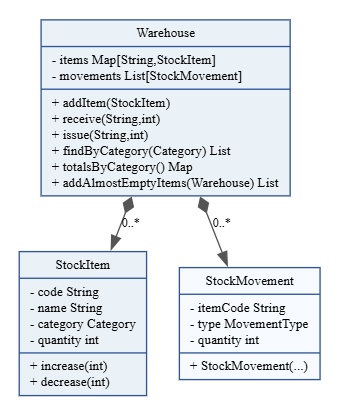
This is diagrams/class.png from artemka38/practice-09-java, a Graphviz export, as it was before one commit. Its source is kept beside it as diagrams/class.dot. Its diagram source:
```dot
digraph C {
graph [rankdir=TB, bgcolor="white", pad=0.2, nodesep=0.35, ranksep=0.4];
node [shape=record, style="filled", fontname="Times New Roman", fontsize=10, color="#2F5597", fillcolor="#F7FBFF"];
edge [fontname="Times New Roman", fontsize=9, color="#555555"];

warehouse [label="{Warehouse|
- items Map[String,StockItem]\l
- movements List[StockMovement]\l|
+ addItem(StockItem)\l
+ receive(String,int)\l
+ issue(String,int)\l
+ findByCategory(Category) List\l
+ totalsByCategory() Map\l
+ addAlmostEmptyItems(Warehouse) List\l
}", fillcolor="#EAF2F8", color="#2F5597"];

stockitem [label="{StockItem|
- code String\l
- name String\l
- category Category\l
- quantity int\l|
+ increase(int)\l
+ decrease(int)\l
}", fillcolor="#EAF2F8", color="#2F5597"];

movement [label="{StockMovement|
- itemCode String\l
- type MovementType\l
- quantity int\l|
+ StockMovement(...)\l
}", fillcolor="#F7FBFF", color="#2F5597"];

warehouse -> stockitem [
label="0..*",
dir=both,
arrowtail=diamond,
arrowhead=normal
];

warehouse -> movement [
label="0..*",
dir=both,
arrowtail=diamond,
arrowhead=normal
];
}
```
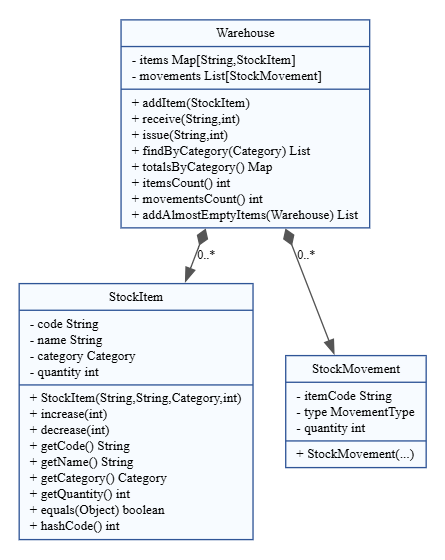
Above is the later version.

Change to the diagram source:
```diff
@@ -1,7 +1,26 @@
 digraph C {
-graph [rankdir=TB, bgcolor="white", pad=0.2, nodesep=0.35, ranksep=0.4];
-node [shape=record, style="filled", fontname="Times New Roman", fontsize=10, color="#2F5597", fillcolor="#F7FBFF"];
-edge [fontname="Times New Roman", fontsize=9, color="#555555"];
+graph [
+    rankdir=TB,
+    bgcolor="white",
+    pad=0.2,
+    nodesep=0.35,
+    ranksep=0.4
+];
+
+node [
+    shape=record,
+    style="filled",
+    fontname="Times New Roman",
+    fontsize=10,
+    color="#2F5597",
+    fillcolor="#F7FBFF"
+];
+
+edge [
+    fontname="Times New Roman",
+    fontsize=9,
+    color="#555555"
+];
 
 warehouse [label="{Warehouse|
 - items Map[String,StockItem]\l
@@ -11,36 +30,45 @@
 + issue(String,int)\l
 + findByCategory(Category) List\l
 + totalsByCategory() Map\l
++ itemsCount() int\l
++ movementsCount() int\l
 + addAlmostEmptyItems(Warehouse) List\l
-}", fillcolor="#EAF2F8", color="#2F5597"];
+}"];
 
 stockitem [label="{StockItem|
 - code String\l
 - name String\l
 - category Category\l
 - quantity int\l|
++ StockItem(String,String,Category,int)\l
 + increase(int)\l
 + decrease(int)\l
-}", fillcolor="#EAF2F8", color="#2F5597"];
++ getCode() String\l
++ getName() String\l
++ getCategory() Category\l
++ getQuantity() int\l
++ equals(Object) boolean\l
++ hashCode() int\l
+}"];
 
 movement [label="{StockMovement|
 - itemCode String\l
 - type MovementType\l
 - quantity int\l|
 + StockMovement(...)\l
-}", fillcolor="#F7FBFF", color="#2F5597"];
+}"];
 
 warehouse -> stockitem [
-label="0..*",
-dir=both,
-arrowtail=diamond,
-arrowhead=normal
+    label="0..*",
+    dir=both,
+    arrowtail=diamond,
+    arrowhead=normal
 ];
 
 warehouse -> movement [
-label="0..*",
-dir=both,
-arrowtail=diamond,
-arrowhead=normal
+    label="0..*",
+    dir=both,
+    arrowtail=diamond,
+    arrowhead=normal
 ];
 }
```
